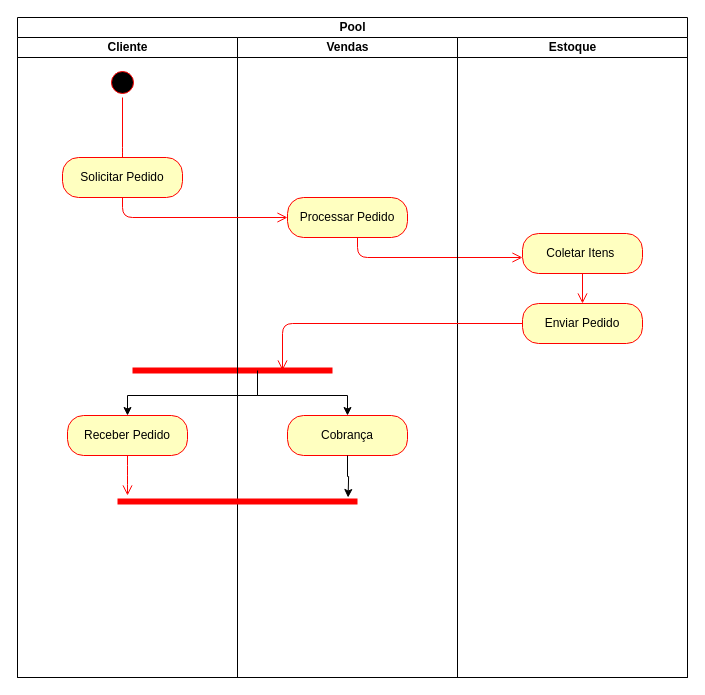
Before: SistemaDeControleDeCinema.drawio in PaulaSena/DiagramasFaculdade, a draw.io diagram. Source tidied: cells renumbered, new cells numbered last; positions are measured from the earlier drawing's top-left corner, leaving out a move shared by most shapes. Both pictures are drawn from the tidied source at 100%, with x=0, y=0 at pixel (17, 17).
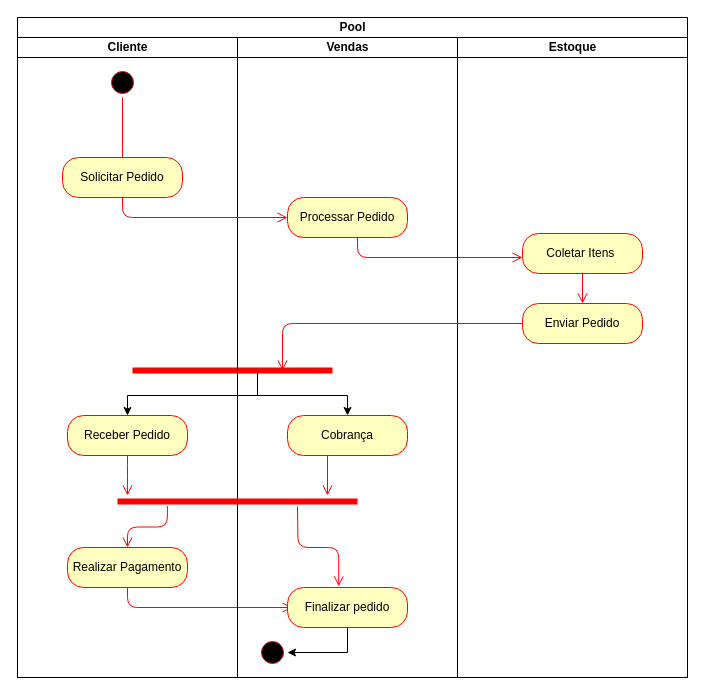
After the change.

The change refers to these unchanged cells:
```xml
<mxCell id="3" value="Cliente" style="swimlane;html=1;startSize=20;" parent="2" vertex="1">
  <mxGeometry y="20" width="220" height="640" as="geometry" />
</mxCell>
<mxCell id="11" value="Vendas" style="swimlane;html=1;startSize=20;" parent="2" vertex="1">
  <mxGeometry x="220" y="20" width="220" height="640" as="geometry" />
</mxCell>
<mxCell id="12" value="Cobrança" style="rounded=1;whiteSpace=wrap;html=1;arcSize=40;fontColor=#000000;fillColor=#ffffc0;strokeColor=#ff0000;" parent="11" vertex="1">
  <mxGeometry x="50" y="378" width="120" height="40" as="geometry" />
</mxCell>
<mxCell id="23" style="shape=line;html=1;strokeWidth=6;strokeColor=#ff0000;" parent="1" vertex="1">
  <mxGeometry x="100" y="479" width="240" height="10" as="geometry" />
</mxCell>
```

Diff of the diagram source:
```diff
@@
+    <mxCell id="24" style="edgeStyle=orthogonalEdgeStyle;html=1;verticalAlign=bottom;endArrow=open;endSize=8;strokeColor=#ff0000;" parent="3" edge="1">
+      <mxGeometry relative="1" as="geometry">
+        <mxPoint x="110" y="550" as="sourcePoint" />
+        <mxPoint x="275" y="570" as="targetPoint" />
+        <Array as="points">
+          <mxPoint x="110" y="570" />
+        </Array>
+      </mxGeometry>
+    </mxCell>
@@
+    <mxCell id="25" value="Realizar Pagamento" style="rounded=1;whiteSpace=wrap;html=1;arcSize=40;fontColor=#000000;fillColor=#ffffc0;strokeColor=#ff0000;" parent="11" vertex="1">
+      <mxGeometry x="-170" y="510" width="120" height="40" as="geometry" />
+    </mxCell>
+    <mxCell id="26" style="edgeStyle=orthogonalEdgeStyle;html=1;verticalAlign=bottom;endArrow=open;endSize=8;strokeColor=#ff0000;" parent="11" edge="1">
+      <mxGeometry relative="1" as="geometry">
+        <mxPoint x="90" y="418" as="sourcePoint" />
+        <mxPoint x="90" y="458" as="targetPoint" />
+      </mxGeometry>
+    </mxCell>
+    <mxCell id="27" style="ellipse;html=1;shape=startState;fillColor=#000000;strokeColor=#ff0000;" parent="11" vertex="1">
+      <mxGeometry x="20" y="600" width="30" height="30" as="geometry" />
+    </mxCell>
+    <mxCell id="28" style="edgeStyle=orthogonalEdgeStyle;rounded=0;jettySize=auto;html=1;entryX=1;entryY=0.5;entryDx=0;entryDy=0;" parent="11" edge="1" source="29" target="27">
+      <mxGeometry relative="1" as="geometry" />
+    </mxCell>
+    <mxCell id="29" value="Finalizar pedido" style="rounded=1;whiteSpace=wrap;html=1;arcSize=40;fontColor=#000000;fillColor=#ffffc0;strokeColor=#ff0000;" parent="11" vertex="1">
+      <mxGeometry x="50" y="550" width="120" height="40" as="geometry" />
+    </mxCell>
@@
-    <mxCell id="22" style="edgeStyle=orthogonalEdgeStyle;rounded=0;jettySize=auto;html=1;exitX=0.5;exitY=1;exitDx=0;exitDy=0;" parent="1" edge="1" source="12">
-      <mxGeometry relative="1" as="geometry">
-        <mxPoint x="330.6" y="480" as="targetPoint" />
-      </mxGeometry>
-    </mxCell>
@@
+    <mxCell id="30" style="edgeStyle=orthogonalEdgeStyle;html=1;verticalAlign=bottom;endArrow=open;endSize=8;strokeColor=#ff0000;exitX=0.208;exitY=0.956;exitDx=0;exitDy=0;exitPerimeter=0;" parent="1" edge="1" source="23" target="25">
+      <mxGeometry relative="1" as="geometry" />
+    </mxCell>
+    <mxCell id="31" style="edgeStyle=orthogonalEdgeStyle;html=1;verticalAlign=bottom;endArrow=open;endSize=8;strokeColor=#ff0000;entryX=0.427;entryY=-0.029;entryDx=0;entryDy=0;entryPerimeter=0;" parent="1" edge="1" target="29">
+      <mxGeometry relative="1" as="geometry">
+        <mxPoint x="280" y="489" as="sourcePoint" />
+      </mxGeometry>
+    </mxCell>
```
